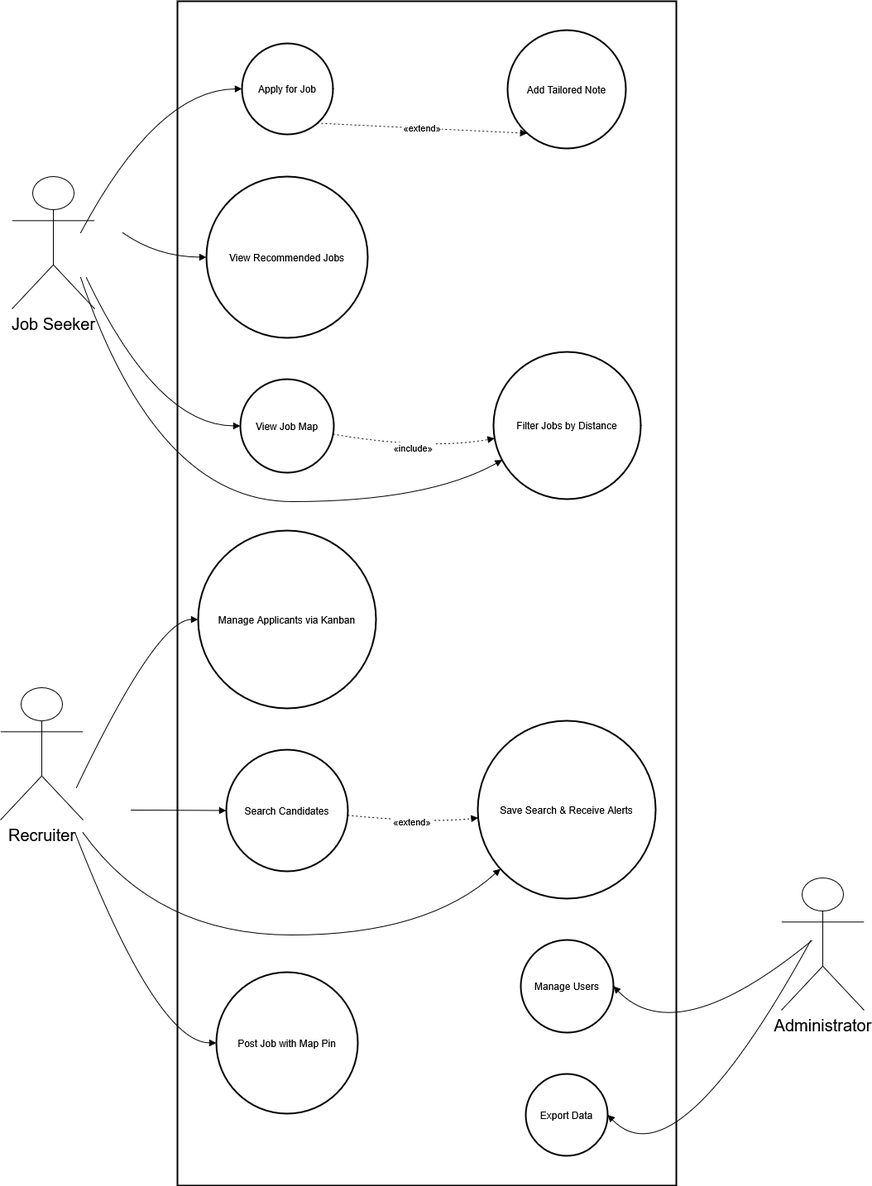
The draw.io diagram use-case.png in MySpoo4/myspoo4.github.io, before a commit. Source tidied: cells renumbered, new cells last; positions are measured from the earlier drawing's top-left corner, leaving out a move shared by most shapes. Its diagram source:
```xml
<mxGraphModel>
  <root>
    <mxCell id="0" />
    <mxCell id="1" parent="0" />
    <mxCell id="2" style="whiteSpace=wrap;strokeWidth=2;" parent="1" vertex="1">
      <mxGeometry x="214" width="603" height="1432" as="geometry" />
    </mxCell>
    <mxCell id="3" value="Apply for Job" style="ellipse;strokeWidth=2;whiteSpace=wrap;" parent="1" vertex="1">
      <mxGeometry x="292" y="51" width="110" height="110" as="geometry" />
    </mxCell>
    <mxCell id="4" value="Add Tailored Note" style="ellipse;strokeWidth=2;whiteSpace=wrap;" parent="1" vertex="1">
      <mxGeometry x="613" y="35" width="143" height="143" as="geometry" />
    </mxCell>
    <mxCell id="5" value="View Recommended Jobs" style="ellipse;strokeWidth=2;whiteSpace=wrap;" parent="1" vertex="1">
      <mxGeometry x="249" y="212" width="195" height="195" as="geometry" />
    </mxCell>
    <mxCell id="6" value="View Job Map" style="ellipse;strokeWidth=2;whiteSpace=wrap;" parent="1" vertex="1">
      <mxGeometry x="290" y="457" width="113" height="113" as="geometry" />
    </mxCell>
    <mxCell id="7" value="Filter Jobs by Distance" style="ellipse;strokeWidth=2;whiteSpace=wrap;" parent="1" vertex="1">
      <mxGeometry x="596" y="424" width="178" height="178" as="geometry" />
    </mxCell>
    <mxCell id="8" value="Manage Applicants via Kanban" style="ellipse;strokeWidth=2;whiteSpace=wrap;" parent="1" vertex="1">
      <mxGeometry x="239" y="640" width="215" height="215" as="geometry" />
    </mxCell>
    <mxCell id="9" value="Search Candidates" style="ellipse;strokeWidth=2;whiteSpace=wrap;" parent="1" vertex="1">
      <mxGeometry x="273" y="905" width="147" height="147" as="geometry" />
    </mxCell>
    <mxCell id="10" value="Save Search &amp; Receive Alerts" style="ellipse;strokeWidth=2;whiteSpace=wrap;" parent="1" vertex="1">
      <mxGeometry x="577" y="870" width="215" height="215" as="geometry" />
    </mxCell>
    <mxCell id="11" value="Post Job with Map Pin" style="ellipse;strokeWidth=2;whiteSpace=wrap;" parent="1" vertex="1">
      <mxGeometry x="261" y="1174" width="171" height="171" as="geometry" />
    </mxCell>
    <mxCell id="12" value="Manage Users" style="ellipse;strokeWidth=2;whiteSpace=wrap;" parent="1" vertex="1">
      <mxGeometry x="629" y="1135" width="112" height="112" as="geometry" />
    </mxCell>
    <mxCell id="13" value="Export Data" style="ellipse;strokeWidth=2;whiteSpace=wrap;" parent="1" vertex="1">
      <mxGeometry x="635" y="1297" width="99" height="99" as="geometry" />
    </mxCell>
    <mxCell id="14" style="curved=1;startArrow=none;endArrow=block;exitX=0.57;exitY=0;entryX=0;entryY=0.51;rounded=0;" parent="1" edge="1" target="3">
      <mxGeometry relative="1" as="geometry">
        <mxPoint x="96.9" y="280" as="sourcePoint" />
        <Array as="points">
          <mxPoint x="189" y="107" />
        </Array>
      </mxGeometry>
    </mxCell>
    <mxCell id="15" style="curved=1;startArrow=none;endArrow=block;exitX=0.87;exitY=0;entryX=0;entryY=0.5;rounded=0;" parent="1" edge="1" target="5">
      <mxGeometry relative="1" as="geometry">
        <mxPoint x="147.9" y="280" as="sourcePoint" />
        <Array as="points">
          <mxPoint x="189" y="309" />
        </Array>
      </mxGeometry>
    </mxCell>
    <mxCell id="16" style="curved=1;startArrow=none;endArrow=block;exitX=0.61;exitY=1;entryX=0;entryY=0.5;rounded=0;" parent="1" edge="1" target="6">
      <mxGeometry relative="1" as="geometry">
        <mxPoint x="103.7" y="334" as="sourcePoint" />
        <Array as="points">
          <mxPoint x="189" y="513" />
        </Array>
      </mxGeometry>
    </mxCell>
    <mxCell id="17" style="curved=1;startArrow=none;endArrow=block;exitX=0.57;exitY=1;entryX=0;entryY=0.77;rounded=0;" parent="1" edge="1" target="7">
      <mxGeometry relative="1" as="geometry">
        <mxPoint x="96.9" y="334" as="sourcePoint" />
        <Array as="points">
          <mxPoint x="189" y="605" />
          <mxPoint x="516" y="605" />
        </Array>
      </mxGeometry>
    </mxCell>
    <mxCell id="18" style="curved=1;startArrow=none;endArrow=block;exitX=0.58;exitY=0;entryX=0;entryY=0.5;rounded=0;" parent="1" edge="1" target="8">
      <mxGeometry relative="1" as="geometry">
        <mxPoint x="91.6" y="951" as="sourcePoint" />
        <Array as="points">
          <mxPoint x="189" y="747" />
        </Array>
      </mxGeometry>
    </mxCell>
    <mxCell id="19" style="curved=1;startArrow=none;endArrow=block;exitX=1;exitY=0.5;entryX=0;entryY=0.5;rounded=0;" parent="1" edge="1" target="9">
      <mxGeometry relative="1" as="geometry">
        <mxPoint x="158" y="978" as="sourcePoint" />
      </mxGeometry>
    </mxCell>
    <mxCell id="20" style="curved=1;startArrow=none;endArrow=block;exitX=0.63;exitY=1;entryX=0;entryY=0.95;rounded=0;" parent="1" edge="1" target="10">
      <mxGeometry relative="1" as="geometry">
        <mxPoint x="99.5" y="1005" as="sourcePoint" />
        <Array as="points">
          <mxPoint x="189" y="1129" />
          <mxPoint x="516" y="1129" />
        </Array>
      </mxGeometry>
    </mxCell>
    <mxCell id="21" style="curved=1;startArrow=none;endArrow=block;exitX=0.57;exitY=1;entryX=0;entryY=0.5;rounded=0;" parent="1" edge="1" target="11">
      <mxGeometry relative="1" as="geometry">
        <mxPoint x="90.1" y="1005" as="sourcePoint" />
        <Array as="points">
          <mxPoint x="189" y="1259" />
        </Array>
      </mxGeometry>
    </mxCell>
    <mxCell id="22" style="curved=1;startArrow=none;endArrow=block;entryX=1;entryY=0.5;rounded=0;entryDx=0;entryDy=0;exitX=0.642;exitY=1.012;exitDx=0;exitDy=0;exitPerimeter=0;" parent="1" edge="1" target="12">
      <mxGeometry relative="1" as="geometry">
        <mxPoint x="980.7" y="1135.6" as="sourcePoint" />
        <Array as="points">
          <mxPoint x="817" y="1270" />
        </Array>
      </mxGeometry>
    </mxCell>
    <mxCell id="23" style="curved=1;startArrow=none;endArrow=block;exitX=0.632;exitY=1.012;entryX=1;entryY=0.5;rounded=0;entryDx=0;entryDy=0;exitDx=0;exitDy=0;exitPerimeter=0;" parent="1" edge="1" target="13">
      <mxGeometry relative="1" as="geometry">
        <mxPoint x="979.3" y="1135.6" as="sourcePoint" />
        <Array as="points">
          <mxPoint x="817" y="1432" />
        </Array>
      </mxGeometry>
    </mxCell>
    <mxCell id="24" value="«extend»" style="curved=1;dashed=1;dashPattern=2 3;startArrow=none;endArrow=block;exitX=0.95;exitY=1.01;entryX=0.05;entryY=1;rounded=0;" parent="1" edge="1" source="3" target="4">
      <mxGeometry relative="1" as="geometry" />
    </mxCell>
    <mxCell id="25" value="«include»" style="curved=1;dashed=1;dashPattern=2 3;startArrow=none;endArrow=block;exitX=1;exitY=0.59;entryX=0;entryY=0.59;rounded=0;" parent="1" edge="1" source="6" target="7">
      <mxGeometry relative="1" as="geometry">
        <Array as="points">
          <mxPoint x="516" y="543" />
        </Array>
      </mxGeometry>
    </mxCell>
    <mxCell id="26" value="«extend»" style="curved=1;dashed=1;dashPattern=2 3;startArrow=none;endArrow=block;exitX=1;exitY=0.54;entryX=0;entryY=0.55;rounded=0;" parent="1" edge="1" source="9" target="10">
      <mxGeometry relative="1" as="geometry">
        <Array as="points">
          <mxPoint x="516" y="994" />
        </Array>
      </mxGeometry>
    </mxCell>
    <mxCell id="27" value="&lt;font style=&quot;font-size: 20px;&quot;&gt;Job Seeker&lt;/font&gt;" style="shape=umlActor;verticalLabelPosition=bottom;verticalAlign=top;html=1;outlineConnect=0;" parent="1" vertex="1">
      <mxGeometry x="14" y="212" width="100" height="160" as="geometry" />
    </mxCell>
    <mxCell id="28" value="&lt;font style=&quot;font-size: 20px;&quot;&gt;Recruiter&lt;/font&gt;" style="shape=umlActor;verticalLabelPosition=bottom;verticalAlign=top;html=1;outlineConnect=0;" parent="1" vertex="1">
      <mxGeometry y="830" width="100" height="160" as="geometry" />
    </mxCell>
    <mxCell id="29" value="&lt;div&gt;&lt;font style=&quot;font-size: 20px;&quot;&gt;Administrator&lt;/font&gt;&lt;/div&gt;" style="shape=umlActor;verticalLabelPosition=bottom;verticalAlign=top;html=1;" parent="1" vertex="1">
      <mxGeometry x="944" y="1060" width="100" height="160" as="geometry" />
    </mxCell>
  </root>
</mxGraphModel>
```
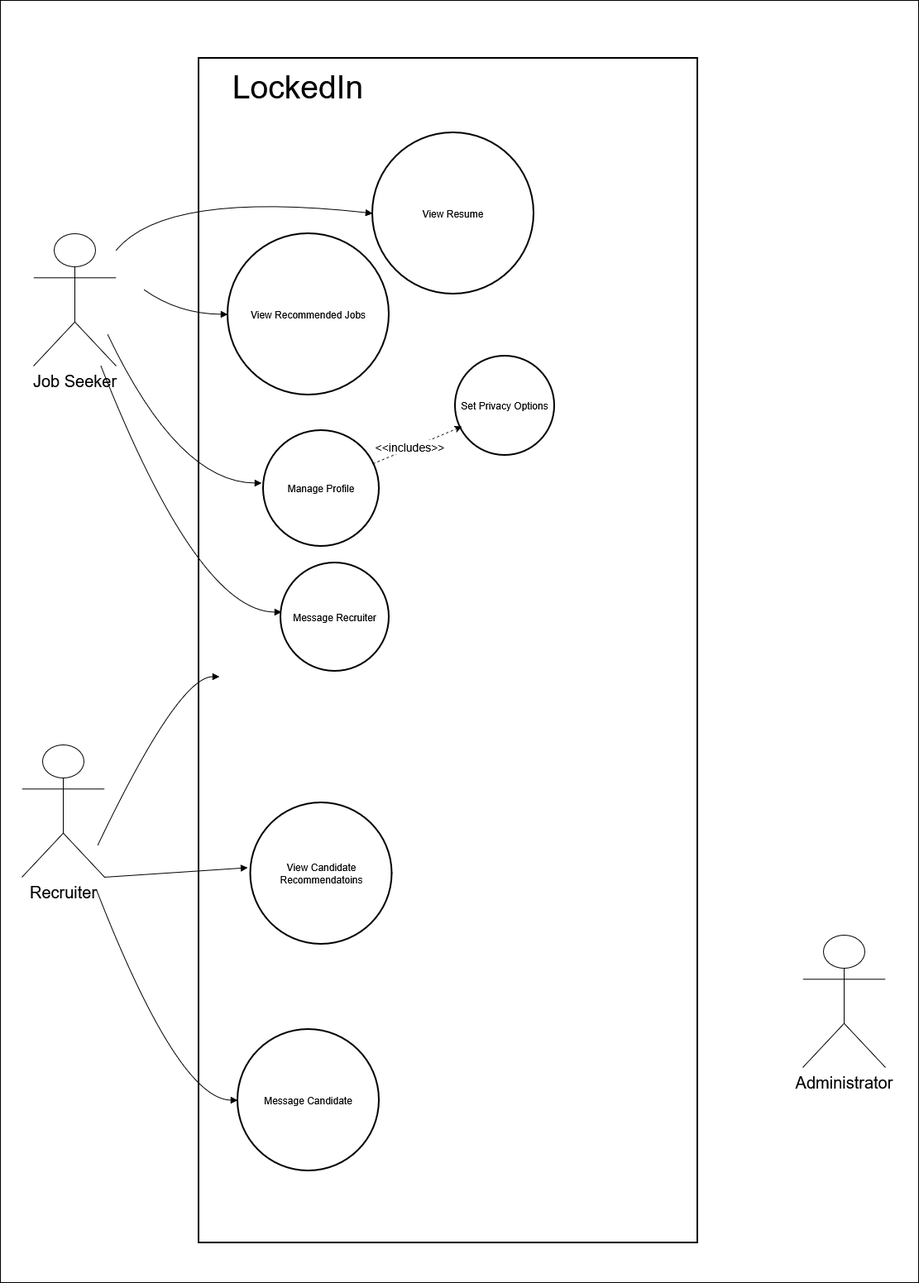
Above is the later version.

Commit message:
lockedin sprint 3

The edit, as a diff of the source:
```diff
@@ -2,50 +2,18 @@
   <root>
     <mxCell id="0" />
     <mxCell id="1" parent="0" />
+    <mxCell id="30" style="rounded=0;whiteSpace=wrap;html=1;" parent="1" vertex="1">
+      <mxGeometry x="-26" y="-70" width="1110" height="1550" as="geometry" />
+    </mxCell>
     <mxCell id="2" style="whiteSpace=wrap;strokeWidth=2;" parent="1" vertex="1">
       <mxGeometry x="214" width="603" height="1432" as="geometry" />
     </mxCell>
-    <mxCell id="3" value="Apply for Job" style="ellipse;strokeWidth=2;whiteSpace=wrap;" parent="1" vertex="1">
-      <mxGeometry x="292" y="51" width="110" height="110" as="geometry" />
-    </mxCell>
-    <mxCell id="4" value="Add Tailored Note" style="ellipse;strokeWidth=2;whiteSpace=wrap;" parent="1" vertex="1">
-      <mxGeometry x="613" y="35" width="143" height="143" as="geometry" />
-    </mxCell>
     <mxCell id="5" value="View Recommended Jobs" style="ellipse;strokeWidth=2;whiteSpace=wrap;" parent="1" vertex="1">
       <mxGeometry x="249" y="212" width="195" height="195" as="geometry" />
     </mxCell>
-    <mxCell id="6" value="View Job Map" style="ellipse;strokeWidth=2;whiteSpace=wrap;" parent="1" vertex="1">
-      <mxGeometry x="290" y="457" width="113" height="113" as="geometry" />
-    </mxCell>
-    <mxCell id="7" value="Filter Jobs by Distance" style="ellipse;strokeWidth=2;whiteSpace=wrap;" parent="1" vertex="1">
-      <mxGeometry x="596" y="424" width="178" height="178" as="geometry" />
-    </mxCell>
-    <mxCell id="8" value="Manage Applicants via Kanban" style="ellipse;strokeWidth=2;whiteSpace=wrap;" parent="1" vertex="1">
-      <mxGeometry x="239" y="640" width="215" height="215" as="geometry" />
-    </mxCell>
-    <mxCell id="9" value="Search Candidates" style="ellipse;strokeWidth=2;whiteSpace=wrap;" parent="1" vertex="1">
-      <mxGeometry x="273" y="905" width="147" height="147" as="geometry" />
-    </mxCell>
-    <mxCell id="10" value="Save Search &amp; Receive Alerts" style="ellipse;strokeWidth=2;whiteSpace=wrap;" parent="1" vertex="1">
-      <mxGeometry x="577" y="870" width="215" height="215" as="geometry" />
-    </mxCell>
-    <mxCell id="11" value="Post Job with Map Pin" style="ellipse;strokeWidth=2;whiteSpace=wrap;" parent="1" vertex="1">
+    <mxCell id="11" value="Message Candidate" style="ellipse;strokeWidth=2;whiteSpace=wrap;" parent="1" vertex="1">
       <mxGeometry x="261" y="1174" width="171" height="171" as="geometry" />
     </mxCell>
-    <mxCell id="12" value="Manage Users" style="ellipse;strokeWidth=2;whiteSpace=wrap;" parent="1" vertex="1">
-      <mxGeometry x="629" y="1135" width="112" height="112" as="geometry" />
-    </mxCell>
-    <mxCell id="13" value="Export Data" style="ellipse;strokeWidth=2;whiteSpace=wrap;" parent="1" vertex="1">
-      <mxGeometry x="635" y="1297" width="99" height="99" as="geometry" />
-    </mxCell>
-    <mxCell id="14" style="curved=1;startArrow=none;endArrow=block;exitX=0.57;exitY=0;entryX=0;entryY=0.51;rounded=0;" parent="1" edge="1" target="3">
-      <mxGeometry relative="1" as="geometry">
-        <mxPoint x="96.9" y="280" as="sourcePoint" />
-        <Array as="points">
-          <mxPoint x="189" y="107" />
-        </Array>
-      </mxGeometry>
-    </mxCell>
     <mxCell id="15" style="curved=1;startArrow=none;endArrow=block;exitX=0.87;exitY=0;entryX=0;entryY=0.5;rounded=0;" parent="1" edge="1" target="5">
       <mxGeometry relative="1" as="geometry">
         <mxPoint x="147.9" y="280" as="sourcePoint" />
@@ -54,45 +22,29 @@
         </Array>
       </mxGeometry>
     </mxCell>
-    <mxCell id="16" style="curved=1;startArrow=none;endArrow=block;exitX=0.61;exitY=1;entryX=0;entryY=0.5;rounded=0;" parent="1" edge="1" target="6">
+    <mxCell id="16" style="curved=1;startArrow=none;endArrow=block;exitX=0.61;exitY=1;entryX=0;entryY=0.5;rounded=0;" parent="1" edge="1">
       <mxGeometry relative="1" as="geometry">
         <mxPoint x="103.7" y="334" as="sourcePoint" />
+        <mxPoint x="290" y="513.5" as="targetPoint" />
         <Array as="points">
           <mxPoint x="189" y="513" />
         </Array>
       </mxGeometry>
     </mxCell>
-    <mxCell id="17" style="curved=1;startArrow=none;endArrow=block;exitX=0.57;exitY=1;entryX=0;entryY=0.77;rounded=0;" parent="1" edge="1" target="7">
-      <mxGeometry relative="1" as="geometry">
-        <mxPoint x="96.9" y="334" as="sourcePoint" />
-        <Array as="points">
-          <mxPoint x="189" y="605" />
-          <mxPoint x="516" y="605" />
-        </Array>
-      </mxGeometry>
-    </mxCell>
-    <mxCell id="18" style="curved=1;startArrow=none;endArrow=block;exitX=0.58;exitY=0;entryX=0;entryY=0.5;rounded=0;" parent="1" edge="1" target="8">
+    <mxCell id="18" style="curved=1;startArrow=none;endArrow=block;exitX=0.58;exitY=0;entryX=0;entryY=0.5;rounded=0;" parent="1" edge="1">
       <mxGeometry relative="1" as="geometry">
         <mxPoint x="91.6" y="951" as="sourcePoint" />
+        <mxPoint x="239" y="747.5" as="targetPoint" />
         <Array as="points">
           <mxPoint x="189" y="747" />
         </Array>
       </mxGeometry>
     </mxCell>
-    <mxCell id="19" style="curved=1;startArrow=none;endArrow=block;exitX=1;exitY=0.5;entryX=0;entryY=0.5;rounded=0;" parent="1" edge="1" target="9">
+    <mxCell id="19" style="curved=1;startArrow=none;endArrow=block;exitX=1;exitY=1;entryX=0;entryY=0.5;rounded=0;exitDx=0;exitDy=0;exitPerimeter=0;" parent="1" edge="1" source="28">
       <mxGeometry relative="1" as="geometry">
-        <mxPoint x="158" y="978" as="sourcePoint" />
+        <mxPoint x="273" y="978.5" as="targetPoint" />
       </mxGeometry>
     </mxCell>
-    <mxCell id="20" style="curved=1;startArrow=none;endArrow=block;exitX=0.63;exitY=1;entryX=0;entryY=0.95;rounded=0;" parent="1" edge="1" target="10">
-      <mxGeometry relative="1" as="geometry">
-        <mxPoint x="99.5" y="1005" as="sourcePoint" />
-        <Array as="points">
-          <mxPoint x="189" y="1129" />
-          <mxPoint x="516" y="1129" />
-        </Array>
-      </mxGeometry>
-    </mxCell>
     <mxCell id="21" style="curved=1;startArrow=none;endArrow=block;exitX=0.57;exitY=1;entryX=0;entryY=0.5;rounded=0;" parent="1" edge="1" target="11">
       <mxGeometry relative="1" as="geometry">
         <mxPoint x="90.1" y="1005" as="sourcePoint" />
@@ -101,39 +53,6 @@
         </Array>
       </mxGeometry>
     </mxCell>
-    <mxCell id="22" style="curved=1;startArrow=none;endArrow=block;entryX=1;entryY=0.5;rounded=0;entryDx=0;entryDy=0;exitX=0.642;exitY=1.012;exitDx=0;exitDy=0;exitPerimeter=0;" parent="1" edge="1" target="12">
-      <mxGeometry relative="1" as="geometry">
-        <mxPoint x="980.7" y="1135.6" as="sourcePoint" />
-        <Array as="points">
-          <mxPoint x="817" y="1270" />
-        </Array>
-      </mxGeometry>
-    </mxCell>
-    <mxCell id="23" style="curved=1;startArrow=none;endArrow=block;exitX=0.632;exitY=1.012;entryX=1;entryY=0.5;rounded=0;entryDx=0;entryDy=0;exitDx=0;exitDy=0;exitPerimeter=0;" parent="1" edge="1" target="13">
-      <mxGeometry relative="1" as="geometry">
-        <mxPoint x="979.3" y="1135.6" as="sourcePoint" />
-        <Array as="points">
-          <mxPoint x="817" y="1432" />
-        </Array>
-      </mxGeometry>
-    </mxCell>
-    <mxCell id="24" value="«extend»" style="curved=1;dashed=1;dashPattern=2 3;startArrow=none;endArrow=block;exitX=0.95;exitY=1.01;entryX=0.05;entryY=1;rounded=0;" parent="1" edge="1" source="3" target="4">
-      <mxGeometry relative="1" as="geometry" />
-    </mxCell>
-    <mxCell id="25" value="«include»" style="curved=1;dashed=1;dashPattern=2 3;startArrow=none;endArrow=block;exitX=1;exitY=0.59;entryX=0;entryY=0.59;rounded=0;" parent="1" edge="1" source="6" target="7">
-      <mxGeometry relative="1" as="geometry">
-        <Array as="points">
-          <mxPoint x="516" y="543" />
-        </Array>
-      </mxGeometry>
-    </mxCell>
-    <mxCell id="26" value="«extend»" style="curved=1;dashed=1;dashPattern=2 3;startArrow=none;endArrow=block;exitX=1;exitY=0.54;entryX=0;entryY=0.55;rounded=0;" parent="1" edge="1" source="9" target="10">
-      <mxGeometry relative="1" as="geometry">
-        <Array as="points">
-          <mxPoint x="516" y="994" />
-        </Array>
-      </mxGeometry>
-    </mxCell>
     <mxCell id="27" value="&lt;font style=&quot;font-size: 20px;&quot;&gt;Job Seeker&lt;/font&gt;" style="shape=umlActor;verticalLabelPosition=bottom;verticalAlign=top;html=1;outlineConnect=0;" parent="1" vertex="1">
       <mxGeometry x="14" y="212" width="100" height="160" as="geometry" />
     </mxCell>
@@ -143,5 +62,44 @@
     <mxCell id="29" value="&lt;div&gt;&lt;font style=&quot;font-size: 20px;&quot;&gt;Administrator&lt;/font&gt;&lt;/div&gt;" style="shape=umlActor;verticalLabelPosition=bottom;verticalAlign=top;html=1;" parent="1" vertex="1">
       <mxGeometry x="944" y="1060" width="100" height="160" as="geometry" />
     </mxCell>
+    <mxCell id="31" value="Manage Profile" style="ellipse;strokeWidth=2;whiteSpace=wrap;" parent="1" vertex="1">
+      <mxGeometry x="292" y="450" width="140" height="140" as="geometry" />
+    </mxCell>
+    <mxCell id="32" value="View Resume" style="ellipse;strokeWidth=2;whiteSpace=wrap;" parent="1" vertex="1">
+      <mxGeometry x="424" y="90" width="195" height="195" as="geometry" />
+    </mxCell>
+    <mxCell id="33" style="curved=1;startArrow=none;endArrow=block;entryX=0;entryY=0.5;rounded=0;entryDx=0;entryDy=0;" parent="1" edge="1" source="27" target="32">
+      <mxGeometry relative="1" as="geometry">
+        <Array as="points">
+          <mxPoint x="174" y="160" />
+        </Array>
+      </mxGeometry>
+    </mxCell>
+    <mxCell id="34" value="Set Privacy Options" style="ellipse;strokeWidth=2;whiteSpace=wrap;" parent="1" vertex="1">
+      <mxGeometry x="524" y="360" width="120" height="120" as="geometry" />
+    </mxCell>
+    <mxCell id="35" style="endArrow=classic;html=1;rounded=0;exitX=0.945;exitY=0.287;exitDx=0;exitDy=0;exitPerimeter=0;entryX=0.065;entryY=0.71;entryDx=0;entryDy=0;entryPerimeter=0;dashed=1;" parent="1" edge="1" source="31" target="34">
+      <mxGeometry relative="1" as="geometry" />
+    </mxCell>
+    <mxCell id="36" value="&lt;font style=&quot;font-size: 14px;&quot;&gt;&amp;lt;&amp;lt;includes&amp;gt;&amp;gt;&lt;/font&gt;" style="edgeLabel;html=1;align=center;verticalAlign=middle;" parent="35" vertex="1">
+      <mxGeometry x="-0.16" y="2" relative="1" as="geometry" />
+    </mxCell>
+    <mxCell id="37" value="Message Recruiter" style="ellipse;strokeWidth=2;whiteSpace=wrap;" parent="1" vertex="1">
+      <mxGeometry x="313" y="610" width="131" height="131" as="geometry" />
+    </mxCell>
+    <mxCell id="38" style="curved=1;startArrow=none;endArrow=block;entryX=0;entryY=0.5;rounded=0;" parent="1" edge="1" source="27">
+      <mxGeometry relative="1" as="geometry">
+        <mxPoint x="314" y="669.5" as="targetPoint" />
+        <Array as="points">
+          <mxPoint x="213" y="669" />
+        </Array>
+      </mxGeometry>
+    </mxCell>
+    <mxCell id="39" value="View Candidate Recommendatoins" style="ellipse;strokeWidth=2;whiteSpace=wrap;" parent="1" vertex="1">
+      <mxGeometry x="276.5" y="900" width="171" height="171" as="geometry" />
+    </mxCell>
+    <mxCell id="40" value="&lt;font style=&quot;font-size: 39px;&quot;&gt;LockedIn&lt;/font&gt;" style="text;html=1;whiteSpace=wrap;strokeColor=none;fillColor=none;align=center;verticalAlign=middle;rounded=0;" parent="1" vertex="1">
+      <mxGeometry x="304" y="20" width="60" height="30" as="geometry" />
+    </mxCell>
   </root>
 </mxGraphModel>
```
